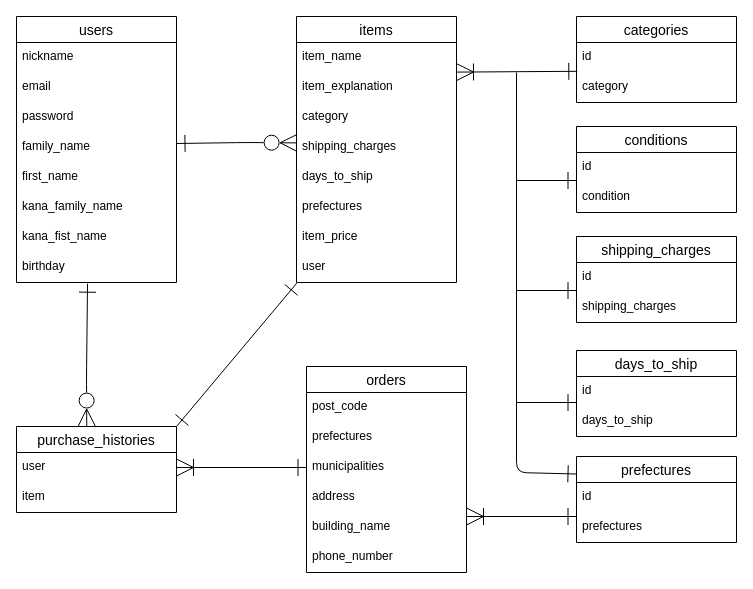
Earlier version of the draw.io diagram ER.dio (Yoshito21/furima-38911). Source tidied: cells renumbered, new cells numbered last; positions are measured from the earlier drawing's top-left corner, leaving out a move shared by most shapes. Both pictures are drawn from the tidied source at 100%, with x=0, y=0 at pixel (16, 16).
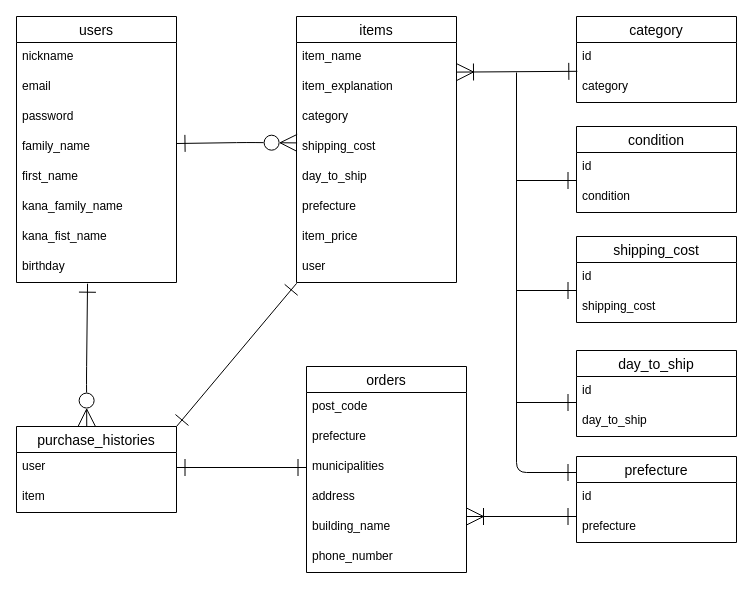
The same page after the edit.

Commit message (it also covers changes not shown here):
issue3 DB設計 修正版2

Unchanged cells that the change refers to:
```xml
<mxCell id="11" value="items" style="swimlane;fontStyle=0;horizontal=1;startSize=26;align=center;fontSize=14;" parent="1" vertex="1">
  <mxGeometry x="280" width="160" height="266" as="geometry" />
</mxCell>
<mxCell id="21" value="orders" style="swimlane;fontStyle=0;horizontal=1;startSize=26;align=center;fontSize=14;" parent="1" vertex="1">
  <mxGeometry x="290" y="350" width="160" height="206" as="geometry" />
</mxCell>
<mxCell id="24" value="municipalities" style="text;strokeColor=none;fillColor=none;spacingLeft=4;spacingRight=4;overflow=hidden;points=[[0,0.5],[1,0.5]];portConstraint=eastwest;fontSize=12;" parent="21" vertex="1">
  <mxGeometry y="86" width="160" height="30" as="geometry" />
</mxCell>
<mxCell id="31" value="user" style="text;strokeColor=none;fillColor=none;spacingLeft=4;spacingRight=4;overflow=hidden;points=[[0,0.5],[1,0.5]];portConstraint=eastwest;fontSize=12;" parent="30" vertex="1">
  <mxGeometry y="26" width="160" height="30" as="geometry" />
</mxCell>
```

Diff of the diagram source:
```diff
@@
-    <mxCell id="15" value="shipping_charges" style="text;strokeColor=none;fillColor=none;spacingLeft=4;spacingRight=4;overflow=hidden;fontSize=12;" parent="11" vertex="1">
+    <mxCell id="15" value="shipping_cost" style="text;strokeColor=none;fillColor=none;spacingLeft=4;spacingRight=4;overflow=hidden;fontSize=12;" parent="11" vertex="1">
       <mxGeometry y="116" width="160" height="30" as="geometry" />
     </mxCell>
-    <mxCell id="16" value="days_to_ship" style="text;strokeColor=none;fillColor=none;spacingLeft=4;spacingRight=4;overflow=hidden;fontSize=12;" parent="11" vertex="1">
+    <mxCell id="16" value="day_to_ship" style="text;strokeColor=none;fillColor=none;spacingLeft=4;spacingRight=4;overflow=hidden;fontSize=12;" parent="11" vertex="1">
       <mxGeometry y="146" width="160" height="30" as="geometry" />
     </mxCell>
-    <mxCell id="17" value="prefectures" style="text;strokeColor=none;fillColor=none;spacingLeft=4;spacingRight=4;overflow=hidden;fontSize=12;" parent="11" vertex="1">
+    <mxCell id="17" value="prefecture" style="text;strokeColor=none;fillColor=none;spacingLeft=4;spacingRight=4;overflow=hidden;fontSize=12;" parent="11" vertex="1">
       <mxGeometry y="176" width="160" height="30" as="geometry" />
     </mxCell>
@@
-    <mxCell id="23" value="prefectures" style="text;strokeColor=none;fillColor=none;spacingLeft=4;spacingRight=4;overflow=hidden;fontSize=12;" parent="21" vertex="1">
+    <mxCell id="23" value="prefecture" style="text;strokeColor=none;fillColor=none;spacingLeft=4;spacingRight=4;overflow=hidden;fontSize=12;" parent="21" vertex="1">
       <mxGeometry y="56" width="160" height="30" as="geometry" />
     </mxCell>
@@
-    <mxCell id="33" style="edgeStyle=none;html=1;exitX=1;exitY=0.5;exitDx=0;exitDy=0;entryX=0;entryY=0.5;entryDx=0;entryDy=0;startArrow=ERoneToMany;startFill=0;endArrow=ERone;endFill=0;endSize=15;startSize=15;" parent="1" edge="1" source="31" target="24">
+    <mxCell id="33" style="edgeStyle=none;html=1;exitX=1;exitY=0.5;exitDx=0;exitDy=0;entryX=0;entryY=0.5;entryDx=0;entryDy=0;startArrow=ERone;startFill=0;endArrow=ERone;endFill=0;endSize=15;startSize=15;" parent="1" edge="1" source="31" target="24">
       <mxGeometry relative="1" as="geometry" />
     </mxCell>
-    <mxCell id="34" value="categories" style="swimlane;fontStyle=0;horizontal=1;startSize=26;align=center;fontSize=14;" parent="1" vertex="1">
+    <mxCell id="34" value="category" style="swimlane;fontStyle=0;horizontal=1;startSize=26;align=center;fontSize=14;" parent="1" vertex="1">
       <mxGeometry x="560" width="160" height="86" as="geometry" />
     </mxCell>
@@
-    <mxCell id="37" value="conditions" style="swimlane;fontStyle=0;horizontal=1;startSize=26;align=center;fontSize=14;" parent="1" vertex="1">
+    <mxCell id="37" value="condition" style="swimlane;fontStyle=0;horizontal=1;startSize=26;align=center;fontSize=14;" parent="1" vertex="1">
       <mxGeometry x="560" y="110" width="160" height="86" as="geometry" />
     </mxCell>
@@
-    <mxCell id="41" value="shipping_charges" style="swimlane;fontStyle=0;horizontal=1;startSize=26;align=center;fontSize=14;" parent="1" vertex="1">
+    <mxCell id="41" value="shipping_cost" style="swimlane;fontStyle=0;horizontal=1;startSize=26;align=center;fontSize=14;" parent="1" vertex="1">
       <mxGeometry x="560" y="220" width="160" height="86" as="geometry" />
     </mxCell>
@@
-    <mxCell id="43" value="shipping_charges" style="text;strokeColor=none;fillColor=none;spacingLeft=4;spacingRight=4;overflow=hidden;fontSize=12;" parent="41" vertex="1">
+    <mxCell id="43" value="shipping_cost" style="text;strokeColor=none;fillColor=none;spacingLeft=4;spacingRight=4;overflow=hidden;fontSize=12;" parent="41" vertex="1">
       <mxGeometry y="56" width="160" height="30" as="geometry" />
     </mxCell>
-    <mxCell id="44" style="edgeStyle=none;html=1;exitX=0;exitY=0.25;exitDx=0;exitDy=0;startArrow=ERone;startFill=0;endArrow=none;endFill=0;startSize=15;endSize=15;" parent="1" edge="1">
+    <mxCell id="44" style="edgeStyle=none;html=1;exitX=0;exitY=0.186;exitDx=0;exitDy=0;startArrow=ERone;startFill=0;endArrow=none;endFill=0;startSize=15;endSize=15;exitPerimeter=0;" parent="1" edge="1" source="45">
       <mxGeometry relative="1" as="geometry">
-        <mxPoint x="560" y="457.5" as="sourcePoint" />
         <mxPoint x="500" y="56" as="targetPoint" />
         <Array as="points">
           <mxPoint x="500" y="456" />
         </Array>
       </mxGeometry>
     </mxCell>
-    <mxCell id="45" value="prefectures" style="swimlane;fontStyle=0;horizontal=1;startSize=26;align=center;fontSize=14;" parent="1" vertex="1">
+    <mxCell id="45" value="prefecture" style="swimlane;fontStyle=0;horizontal=1;startSize=26;align=center;fontSize=14;" parent="1" vertex="1">
       <mxGeometry x="560" y="440" width="160" height="86" as="geometry" />
     </mxCell>
@@
-    <mxCell id="47" value="prefectures" style="text;strokeColor=none;fillColor=none;spacingLeft=4;spacingRight=4;overflow=hidden;fontSize=12;" parent="45" vertex="1">
+    <mxCell id="47" value="prefecture" style="text;strokeColor=none;fillColor=none;spacingLeft=4;spacingRight=4;overflow=hidden;fontSize=12;" parent="45" vertex="1">
       <mxGeometry y="56" width="160" height="30" as="geometry" />
     </mxCell>
@@
-    <mxCell id="49" value="days_to_ship" style="swimlane;fontStyle=0;horizontal=1;startSize=26;align=center;fontSize=14;" parent="1" vertex="1">
+    <mxCell id="49" value="day_to_ship" style="swimlane;fontStyle=0;horizontal=1;startSize=26;align=center;fontSize=14;" parent="1" vertex="1">
       <mxGeometry x="560" y="334" width="160" height="86" as="geometry" />
     </mxCell>
@@
-    <mxCell id="51" value="days_to_ship" style="text;strokeColor=none;fillColor=none;spacingLeft=4;spacingRight=4;overflow=hidden;fontSize=12;" parent="49" vertex="1">
+    <mxCell id="51" value="day_to_ship" style="text;strokeColor=none;fillColor=none;spacingLeft=4;spacingRight=4;overflow=hidden;fontSize=12;" parent="49" vertex="1">
       <mxGeometry y="56" width="160" height="30" as="geometry" />
     </mxCell>
```
